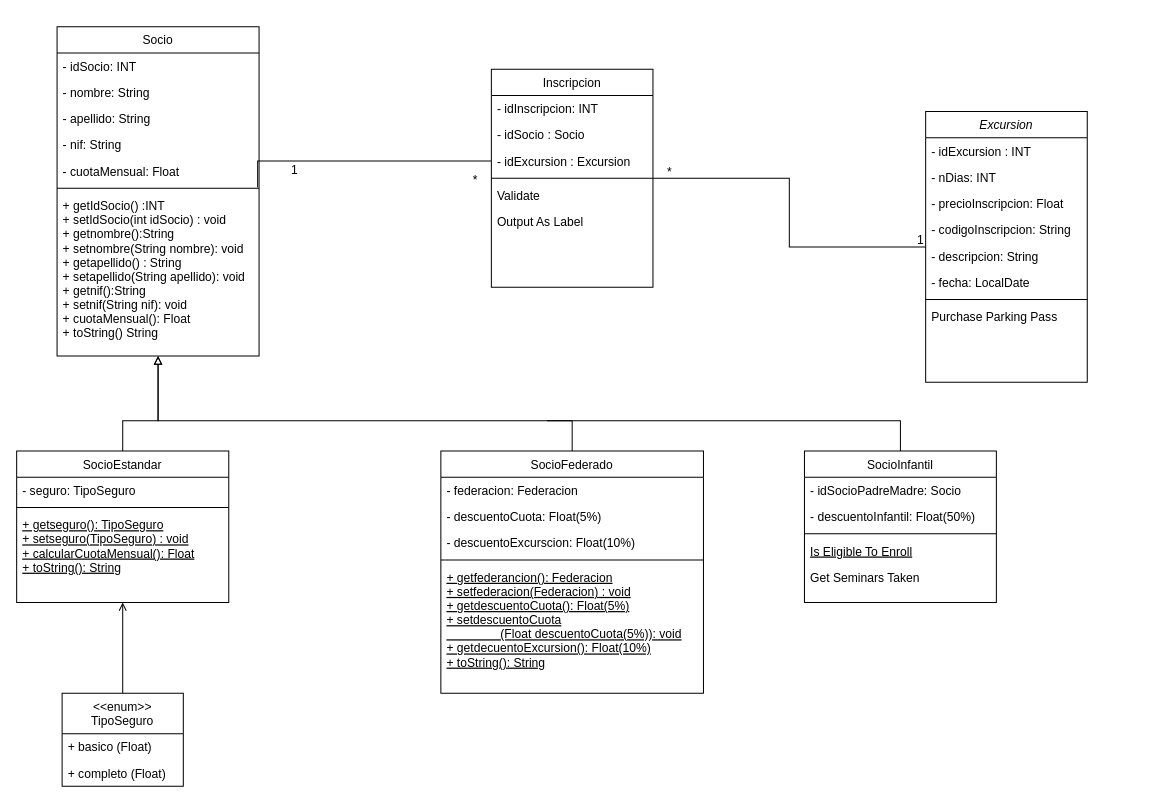
Above: Diagrama -Diego/Diagrama sin título.drawio in dadd86/The-Javengers---IntellJ (draw.io), before the change. Source tidied: cells renumbered, new cells numbered last; positions are measured from the earlier drawing's top-left corner, leaving out a move shared by most shapes. Both pictures are drawn from the tidied source at 101%, with x=0, y=0 at pixel (16, 26).
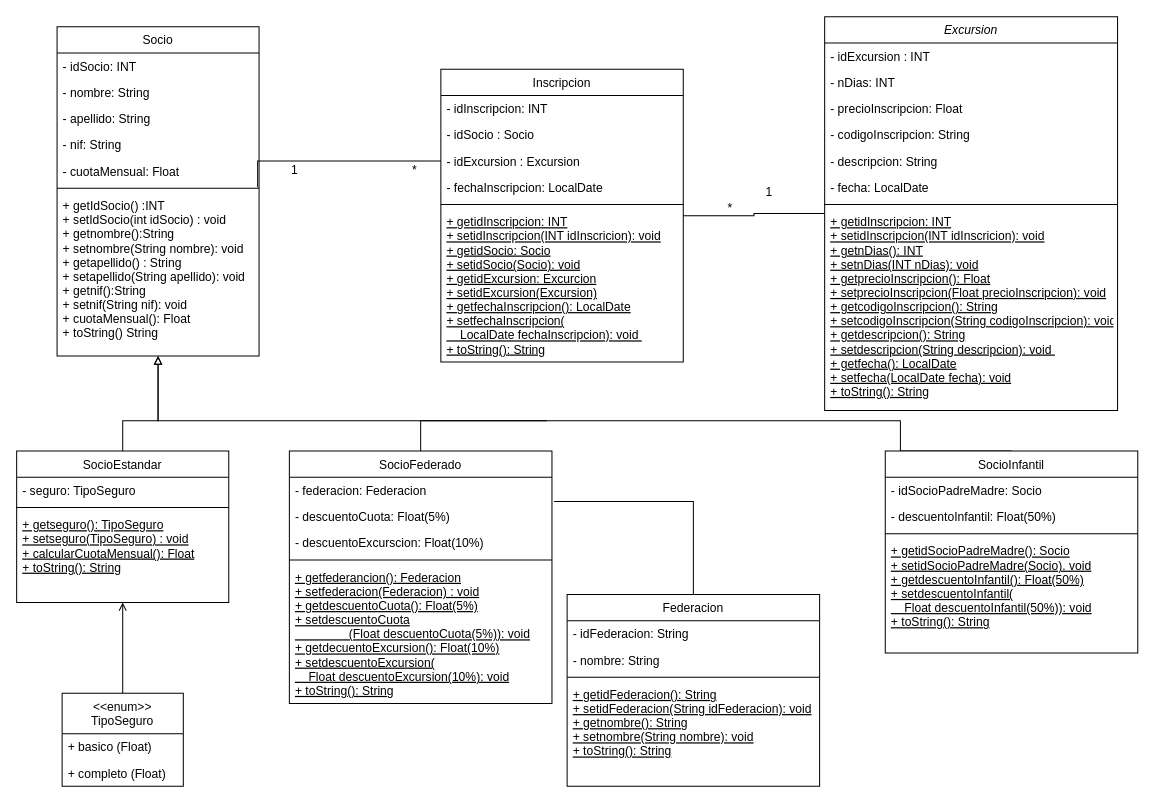
After the change.

The change refers to these unchanged cells:
```xml
<mxCell id="18" value="- descuentoCuota: Float(5%)" style="text;align=left;verticalAlign=top;spacingLeft=4;spacingRight=4;overflow=hidden;points=[[0,0.5],[1,0.5]];portConstraint=eastwest;" parent="16" vertex="1">
  <mxGeometry y="52" width="260" height="26" as="geometry" />
</mxCell>
<mxCell id="30" style="endArrow=none;shadow=0;strokeWidth=1;rounded=0;endFill=0;edgeStyle=elbowEdgeStyle;" parent="1" edge="1" source="2" target="23">
  <mxGeometry x="0.5" y="41" relative="1" as="geometry">
    <mxPoint x="-40" y="32" as="offset" />
  </mxGeometry>
</mxCell>
```

What changed in the source:
```diff
@@
     <mxCell id="2" value="Excursion&#10;" style="swimlane;fontStyle=2;align=center;verticalAlign=top;horizontal=1;startSize=26;rounded=0;shadow=0;strokeWidth=1;" parent="1" vertex="1">
-      <mxGeometry x="900" y="84" width="160" height="268" as="geometry" />
+      <mxGeometry x="800" y="-10" width="290" height="390" as="geometry" />
     </mxCell>
     <mxCell id="3" value="- idExcursion : INT" style="text;align=left;verticalAlign=top;spacingLeft=4;spacingRight=4;overflow=hidden;" parent="2" vertex="1">
-      <mxGeometry y="26" width="160" height="26" as="geometry" />
+      <mxGeometry y="26" width="290" height="26" as="geometry" />
     </mxCell>
     <mxCell id="4" value="- nDias: INT" style="text;align=left;verticalAlign=top;spacingLeft=4;spacingRight=4;overflow=hidden;rounded=0;shadow=0;html=0;" parent="2" vertex="1">
-      <mxGeometry y="52" width="160" height="26" as="geometry" />
+      <mxGeometry y="52" width="290" height="26" as="geometry" />
     </mxCell>
     <mxCell id="5" value="- precioInscripcion: Float" style="text;align=left;verticalAlign=top;spacingLeft=4;spacingRight=4;overflow=hidden;rounded=0;shadow=0;html=0;" parent="2" vertex="1">
-      <mxGeometry y="78" width="160" height="26" as="geometry" />
+      <mxGeometry y="78" width="290" height="26" as="geometry" />
     </mxCell>
     <mxCell id="6" value="- codigoInscripcion: String" style="text;align=left;verticalAlign=top;spacingLeft=4;spacingRight=4;overflow=hidden;rounded=0;shadow=0;html=0;" parent="2" vertex="1">
-      <mxGeometry y="104" width="160" height="26" as="geometry" />
+      <mxGeometry y="104" width="290" height="26" as="geometry" />
     </mxCell>
     <mxCell id="7" value="- descripcion: String" style="text;align=left;verticalAlign=top;spacingLeft=4;spacingRight=4;overflow=hidden;" parent="2" vertex="1">
-      <mxGeometry y="130" width="160" height="26" as="geometry" />
+      <mxGeometry y="130" width="290" height="26" as="geometry" />
     </mxCell>
     <mxCell id="8" value="- fecha: LocalDate" style="text;align=left;verticalAlign=top;spacingLeft=4;spacingRight=4;overflow=hidden;rounded=0;shadow=0;html=0;" parent="2" vertex="1">
-      <mxGeometry y="156" width="160" height="26" as="geometry" />
+      <mxGeometry y="156" width="290" height="26" as="geometry" />
     </mxCell>
     <mxCell id="9" style="line;html=1;strokeWidth=1;align=left;verticalAlign=middle;spacingTop=-1;spacingLeft=3;spacingRight=3;labelPosition=right;" parent="2" vertex="1">
-      <mxGeometry y="182" width="160" height="8" as="geometry" />
+      <mxGeometry y="182" width="290" height="8" as="geometry" />
     </mxCell>
-    <mxCell id="10" value="Purchase Parking Pass" style="text;align=left;verticalAlign=top;spacingLeft=4;spacingRight=4;overflow=hidden;" parent="2" vertex="1">
-      <mxGeometry y="190" width="160" height="26" as="geometry" />
-    </mxCell>
+    <mxCell id="55" value="+ getidInscripcion: INT&#10;+ setidInscripcion(INT idInscricion): void&#10;+ getnDias(): INT&#10;+ setnDias(INT nDias): void&#10;+ getprecioInscripcion(): Float&#10;+ setprecioInscripcion(Float precioInscripcion): void&#10;+ getcodigoInscripcion(): String&#10;+ setcodigoInscripcion(String codigoInscripcion): void&#10;+ getdescripcion(): String&#10;+ setdescripcion(String descripcion): void &#10;+ getfecha(): LocalDate&#10;+ setfecha(LocalDate fecha): void&#10;+ toString(): String&#10;" style="text;align=left;verticalAlign=top;spacingLeft=4;spacingRight=4;overflow=hidden;fontStyle=4;" parent="2" vertex="1">
+      <mxGeometry y="190" width="290" height="190" as="geometry" />
+    </mxCell>
@@
     <mxCell id="16" value="SocioFederado" style="swimlane;fontStyle=0;align=center;verticalAlign=top;horizontal=1;startSize=26;rounded=0;shadow=0;strokeWidth=1;" parent="1" vertex="1">
-      <mxGeometry x="420" y="420" width="260" height="240" as="geometry" />
+      <mxGeometry x="270" y="420" width="260" height="250" as="geometry" />
     </mxCell>
@@
-    <mxCell id="21" value="+ getfederancion(): Federacion&#10;+ setfederacion(Federacion) : void&#10;+ getdescuentoCuota(): Float(5%)&#10;+ setdescuentoCuota&#10;                (Float descuentoCuota(5%)): void&#10;+ getdecuentoExcursion(): Float(10%)&#10;+ toString(): String&#10;" style="text;align=left;verticalAlign=top;spacingLeft=4;spacingRight=4;overflow=hidden;fontStyle=4;" parent="16" vertex="1">
-      <mxGeometry y="112" width="260" height="122" as="geometry" />
+    <mxCell id="21" value="+ getfederancion(): Federacion&#10;+ setfederacion(Federacion) : void&#10;+ getdescuentoCuota(): Float(5%)&#10;+ setdescuentoCuota&#10;                (Float descuentoCuota(5%)): void&#10;+ getdecuentoExcursion(): Float(10%)&#10;+ setdescuentoExcursion(&#10;    Float descuentoExcursion(10%): void&#10;+ toString(): String&#10;" style="text;align=left;verticalAlign=top;spacingLeft=4;spacingRight=4;overflow=hidden;fontStyle=4;" parent="16" vertex="1">
+      <mxGeometry y="112" width="260" height="138" as="geometry" />
     </mxCell>
@@
     <mxCell id="23" value="Inscripcion" style="swimlane;fontStyle=0;align=center;verticalAlign=top;horizontal=1;startSize=26;rounded=0;shadow=0;strokeWidth=1;" parent="1" vertex="1">
-      <mxGeometry x="470" y="42" width="160" height="216" as="geometry" />
+      <mxGeometry x="420" y="42" width="240" height="290" as="geometry" />
     </mxCell>
     <mxCell id="24" value="- idInscripcion: INT" style="text;align=left;verticalAlign=top;spacingLeft=4;spacingRight=4;overflow=hidden;" parent="23" vertex="1">
-      <mxGeometry y="26" width="160" height="26" as="geometry" />
+      <mxGeometry y="26" width="240" height="26" as="geometry" />
     </mxCell>
     <mxCell id="25" value="- idSocio : Socio" style="text;align=left;verticalAlign=top;spacingLeft=4;spacingRight=4;overflow=hidden;rounded=0;shadow=0;html=0;" parent="23" vertex="1">
-      <mxGeometry y="52" width="160" height="26" as="geometry" />
+      <mxGeometry y="52" width="240" height="26" as="geometry" />
     </mxCell>
     <mxCell id="26" value="- idExcursion : Excursion" style="text;align=left;verticalAlign=top;spacingLeft=4;spacingRight=4;overflow=hidden;points=[[0,0.5],[1,0.5]];portConstraint=eastwest;rounded=0;shadow=0;html=0;" parent="23" vertex="1">
-      <mxGeometry y="78" width="160" height="26" as="geometry" />
+      <mxGeometry y="78" width="240" height="26" as="geometry" />
     </mxCell>
+    <mxCell id="56" value="- fechaInscripcion: LocalDate" style="text;align=left;verticalAlign=top;spacingLeft=4;spacingRight=4;overflow=hidden;rounded=0;shadow=0;html=0;" parent="23" vertex="1">
+      <mxGeometry y="104" width="240" height="26" as="geometry" />
+    </mxCell>
     <mxCell id="27" style="line;html=1;strokeWidth=1;align=left;verticalAlign=middle;spacingTop=-1;spacingLeft=3;spacingRight=3;labelPosition=right;" parent="23" vertex="1">
-      <mxGeometry y="104" width="160" height="8" as="geometry" />
+      <mxGeometry y="130" width="240" height="8" as="geometry" />
     </mxCell>
-    <mxCell id="28" value="Validate" style="text;align=left;verticalAlign=top;spacingLeft=4;spacingRight=4;overflow=hidden;" parent="23" vertex="1">
-      <mxGeometry y="112" width="160" height="26" as="geometry" />
-    </mxCell>
-    <mxCell id="29" value="Output As Label" style="text;align=left;verticalAlign=top;spacingLeft=4;spacingRight=4;overflow=hidden;" parent="23" vertex="1">
-      <mxGeometry y="138" width="160" height="26" as="geometry" />
-    </mxCell>
+    <mxCell id="57" value="+ getidInscripcion: INT&#10;+ setidInscripcion(INT idInscricion): void&#10;+ getidSocio: Socio&#10;+ setidSocio(Socio): void&#10;+ getidExcursion: Excurcion&#10;+ setidExcursion(Excursion)&#10;+ getfechaInscripcion(): LocalDate&#10;+ setfechaInscripcion(&#10;    LocalDate fechaInscripcion): void &#10;+ toString(): String&#10;" style="text;align=left;verticalAlign=top;spacingLeft=4;spacingRight=4;overflow=hidden;fontStyle=4;" parent="23" vertex="1">
+      <mxGeometry y="138" width="240" height="152" as="geometry" />
+    </mxCell>
@@
     <mxCell id="31" value="1" style="align=left;verticalAlign=bottom;labelBackgroundColor=none;fontSize=12;" parent="30" vertex="1">
       <mxGeometry x="-1" relative="1" as="geometry">
-        <mxPoint x="-10" y="2" as="offset" />
+        <mxPoint x="-60" y="-13" as="offset" />
       </mxGeometry>
     </mxCell>
     <mxCell id="32" value="*" style="align=right;verticalAlign=bottom;labelBackgroundColor=none;fontSize=12;" parent="30" vertex="1">
       <mxGeometry x="1" relative="1" as="geometry">
-        <mxPoint x="20" y="2" as="offset" />
+        <mxPoint x="50" y="1" as="offset" />
       </mxGeometry>
     </mxCell>
@@
     <mxCell id="41" value="*" style="align=left;verticalAlign=bottom;labelBackgroundColor=none;fontSize=12;" parent="1" vertex="1">
-      <mxGeometry x="450" y="160" as="geometry" />
+      <mxGeometry x="390" y="150" as="geometry" />
     </mxCell>
@@
     <mxCell id="44" value="SocioInfantil" style="swimlane;fontStyle=0;align=center;verticalAlign=top;horizontal=1;startSize=26;rounded=0;shadow=0;strokeWidth=1;" parent="1" vertex="1">
-      <mxGeometry x="780" y="420" width="190" height="150" as="geometry" />
+      <mxGeometry x="860" y="420" width="250" height="200" as="geometry" />
     </mxCell>
     <mxCell id="45" value="- idSocioPadreMadre: Socio" style="text;align=left;verticalAlign=top;spacingLeft=4;spacingRight=4;overflow=hidden;rounded=0;shadow=0;html=0;" parent="44" vertex="1">
-      <mxGeometry y="26" width="190" height="26" as="geometry" />
+      <mxGeometry y="26" width="250" height="26" as="geometry" />
     </mxCell>
     <mxCell id="46" value="- descuentoInfantil: Float(50%)" style="text;align=left;verticalAlign=top;spacingLeft=4;spacingRight=4;overflow=hidden;rounded=0;shadow=0;html=0;" parent="44" vertex="1">
-      <mxGeometry y="52" width="190" height="26" as="geometry" />
+      <mxGeometry y="52" width="250" height="26" as="geometry" />
     </mxCell>
     <mxCell id="47" style="line;html=1;strokeWidth=1;align=left;verticalAlign=middle;spacingTop=-1;spacingLeft=3;spacingRight=3;labelPosition=right;" parent="44" vertex="1">
-      <mxGeometry y="78" width="190" height="8" as="geometry" />
+      <mxGeometry y="78" width="250" height="8" as="geometry" />
     </mxCell>
-    <mxCell id="48" value="Is Eligible To Enroll" style="text;align=left;verticalAlign=top;spacingLeft=4;spacingRight=4;overflow=hidden;fontStyle=4;" parent="44" vertex="1">
-      <mxGeometry y="86" width="190" height="26" as="geometry" />
-    </mxCell>
-    <mxCell id="49" value="Get Seminars Taken" style="text;align=left;verticalAlign=top;spacingLeft=4;spacingRight=4;overflow=hidden;" parent="44" vertex="1">
-      <mxGeometry y="112" width="190" height="26" as="geometry" />
-    </mxCell>
+    <mxCell id="58" value="+ getidSocioPadreMadre(): Socio&#10;+ setidSocioPadreMadre(Socio). void&#10;+ getdescuentoInfantil(): Float(50%)&#10;+ setdescuentoInfantil(&#10;    Float descuentoInfantil(50%)): void&#10;+ toString(): String" style="text;align=left;verticalAlign=top;spacingLeft=4;spacingRight=4;overflow=hidden;fontStyle=4;" parent="44" vertex="1">
+      <mxGeometry y="86" width="250" height="104" as="geometry" />
+    </mxCell>
@@
+    <mxCell id="59" value="Federacion" style="swimlane;fontStyle=0;align=center;verticalAlign=top;horizontal=1;startSize=26;rounded=0;shadow=0;strokeWidth=1;" parent="1" vertex="1">
+      <mxGeometry x="545" y="562" width="250" height="190" as="geometry" />
+    </mxCell>
+    <mxCell id="60" value="- idFederacion: String" style="text;align=left;verticalAlign=top;spacingLeft=4;spacingRight=4;overflow=hidden;rounded=0;shadow=0;html=0;" parent="59" vertex="1">
+      <mxGeometry y="26" width="250" height="26" as="geometry" />
+    </mxCell>
+    <mxCell id="61" value="- nombre: String" style="text;align=left;verticalAlign=top;spacingLeft=4;spacingRight=4;overflow=hidden;rounded=0;shadow=0;html=0;" parent="59" vertex="1">
+      <mxGeometry y="52" width="250" height="26" as="geometry" />
+    </mxCell>
+    <mxCell id="62" style="line;html=1;strokeWidth=1;align=left;verticalAlign=middle;spacingTop=-1;spacingLeft=3;spacingRight=3;labelPosition=right;" parent="59" vertex="1">
+      <mxGeometry y="78" width="250" height="8" as="geometry" />
+    </mxCell>
+    <mxCell id="63" value="+ getidFederacion(): String&#10;+ setidFederacion(String idFederacion): void&#10;+ getnombre(): String&#10;+ setnombre(String nombre): void&#10;+ toString(): String" style="text;align=left;verticalAlign=top;spacingLeft=4;spacingRight=4;overflow=hidden;fontStyle=4;" parent="59" vertex="1">
+      <mxGeometry y="86" width="250" height="104" as="geometry" />
+    </mxCell>
+    <mxCell id="64" style="edgeStyle=orthogonalEdgeStyle;rounded=0;jettySize=auto;html=1;entryX=1.008;entryY=-0.077;entryDx=0;entryDy=0;entryPerimeter=0;endArrow=none;endFill=0;" parent="1" edge="1" source="59" target="18">
+      <mxGeometry relative="1" as="geometry" />
+    </mxCell>
```
